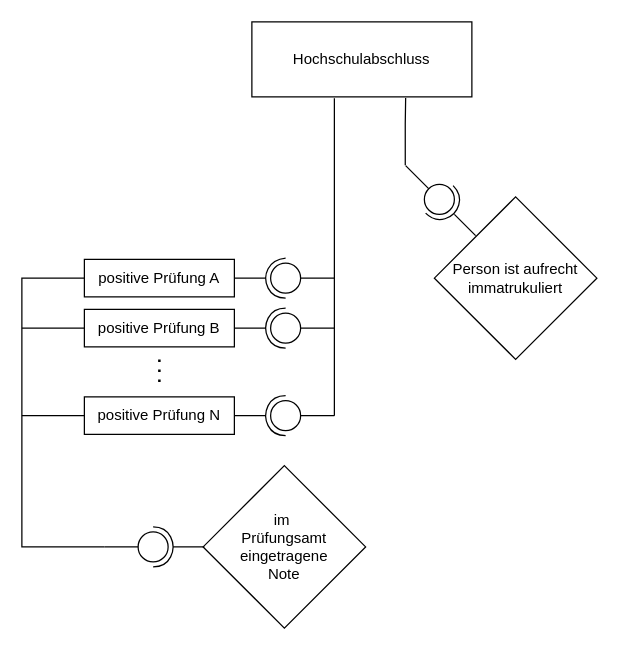
Earlier version of the draw.io diagram HVF - Literatur Proseminar/CBR Hochschulabschluss.drawio (aloispaulin/nmgov). Source tidied: cells renumbered, new cells numbered last; positions are measured from the earlier drawing's top-left corner, leaving out a move shared by most shapes. Both pictures are drawn from the tidied source at 125%, with x=0, y=0 at pixel (21, 21).
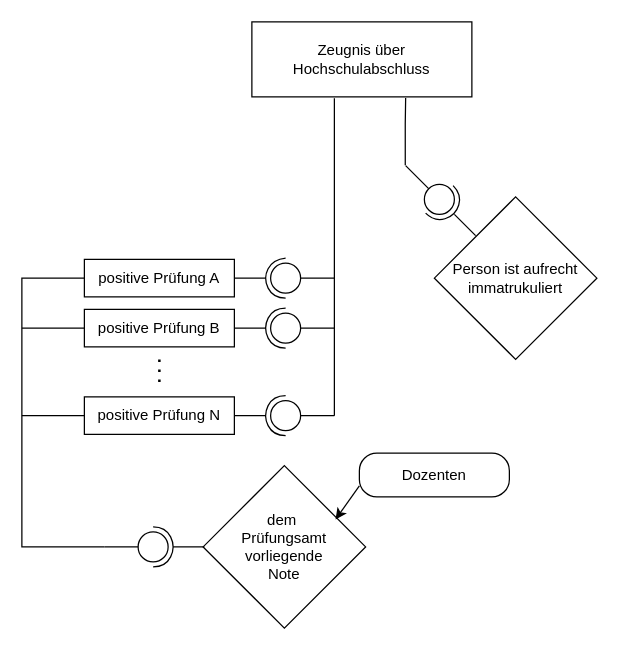
After the change.

Change to the diagram source:
```diff
@@
-    <mxCell id="2" value="Hochschulabschluss" style="rounded=0;whiteSpace=wrap;html=1;" parent="1" vertex="1">
+    <mxCell id="2" value="Zeugnis über Hochschulabschluss" style="rounded=0;whiteSpace=wrap;html=1;" parent="1" vertex="1">
       <mxGeometry x="184" width="176" height="60" as="geometry" />
     </mxCell>
@@
-    <mxCell id="25" value="im&amp;nbsp;&lt;div&gt;Prüfungsamt eingetragene&lt;div&gt;Note&lt;/div&gt;&lt;/div&gt;" style="rhombus;whiteSpace=wrap;html=1;" parent="1" vertex="1">
+    <mxCell id="25" value="dem&amp;nbsp;&lt;div&gt;Prüfungsamt vorliegende&lt;div&gt;Note&lt;/div&gt;&lt;/div&gt;" style="rhombus;whiteSpace=wrap;html=1;" parent="1" vertex="1">
       <mxGeometry x="145" y="355" width="130" height="130" as="geometry" />
     </mxCell>
@@
+    <mxCell id="44" value="Dozenten" style="rounded=1;whiteSpace=wrap;html=1;arcSize=40;" parent="1" vertex="1">
+      <mxGeometry x="270" y="345" width="120" height="35" as="geometry" />
+    </mxCell>
+    <mxCell id="45" style="rounded=0;jettySize=auto;html=1;exitX=0;exitY=0.75;exitDx=0;exitDy=0;entryX=0.815;entryY=0.331;entryDx=0;entryDy=0;entryPerimeter=0;" parent="1" edge="1" source="44" target="25">
+      <mxGeometry relative="1" as="geometry" />
+    </mxCell>
```
